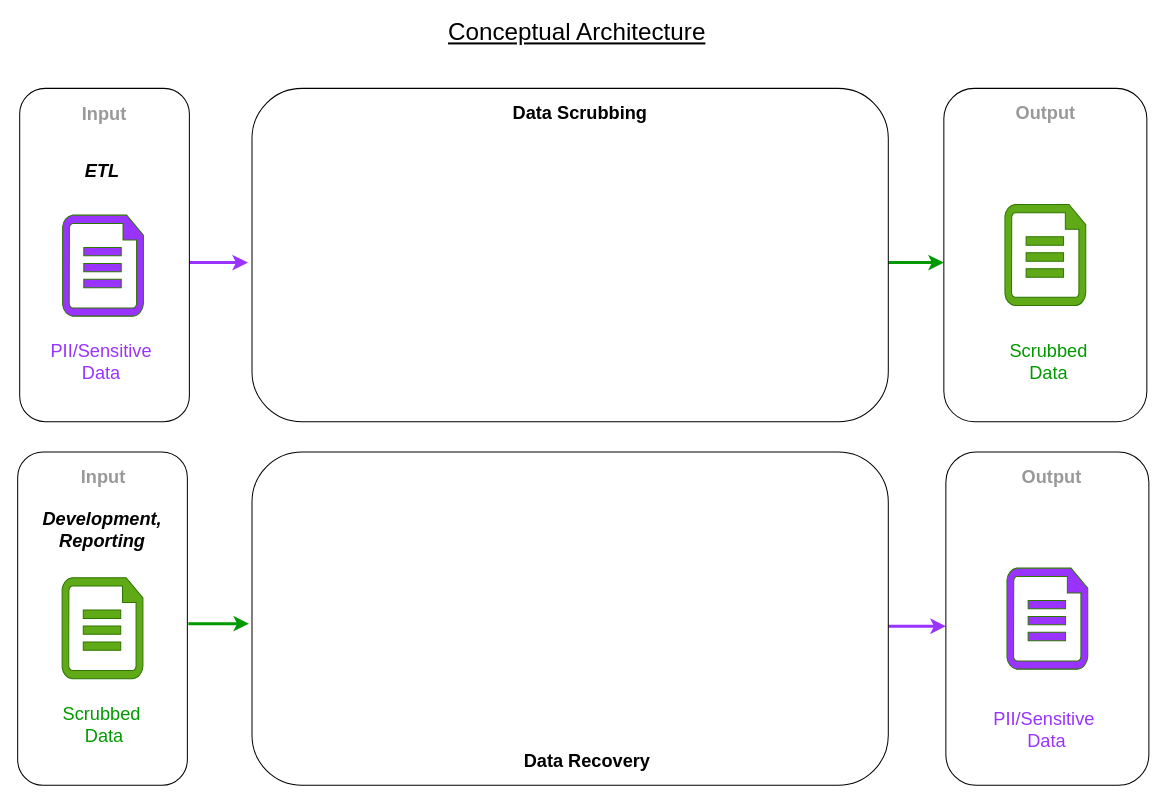
Above: page "Concept. Arch." (5 of 7) of AB2 - 2022-12-04-v1.drawio in fotoby/ab3 (draw.io), before the change. Source tidied: cells renumbered, new cells numbered last; positions are measured from the earlier drawing's top-left corner, leaving out a move shared by most shapes. Both pictures are drawn from the tidied source at 101%, with x=0, y=0 at pixel (17, 17).
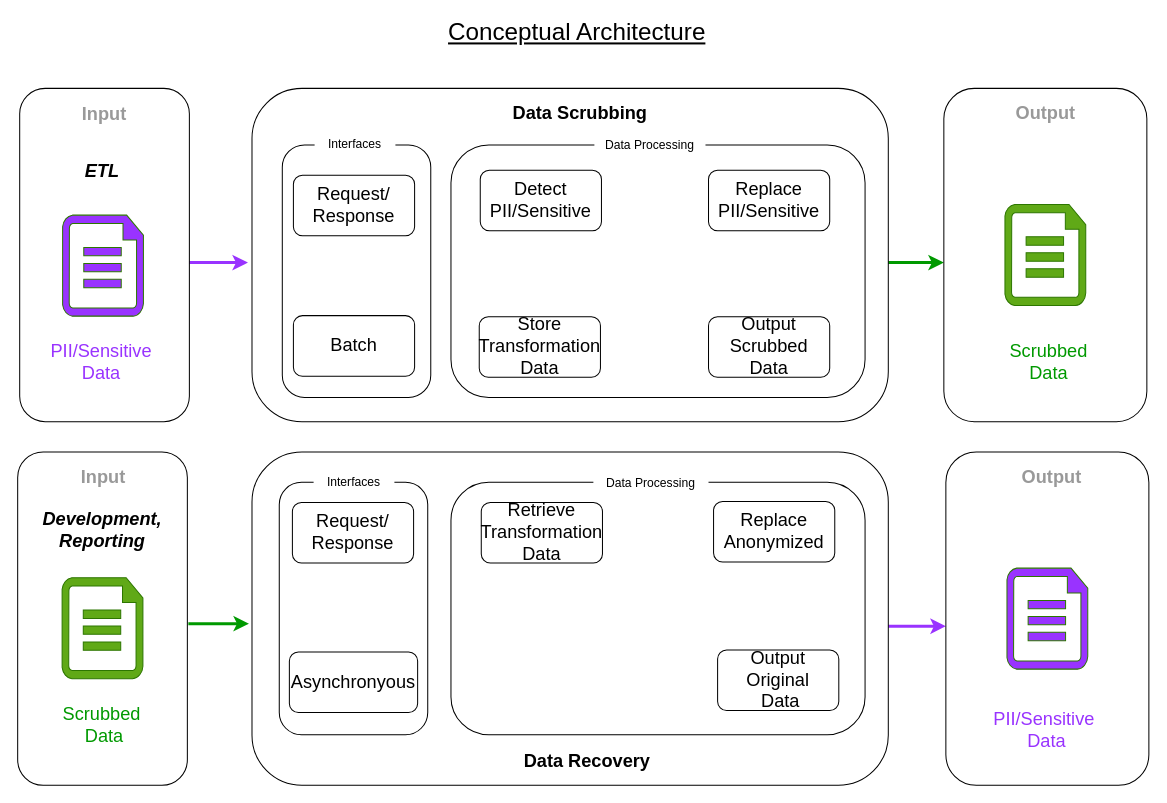
The same diagram, later.

The change refers to these unchanged cells:
```xml
<mxCell id="6" style="rounded=1;whiteSpace=wrap;html=1;shadow=0;labelBorderColor=none;strokeColor=default;fontSize=18;fontColor=#000000;" parent="1" vertex="1">
  <mxGeometry x="917" y="70" width="201" height="330" as="geometry" />
</mxCell>
```

Diff of the diagram source:
```diff
@@
+    <mxCell id="31" parent="0" />
+    <mxCell id="32" style="rounded=1;whiteSpace=wrap;html=1;shadow=0;labelBorderColor=none;strokeColor=default;fontSize=18;fontColor=#000000;" parent="31" vertex="1">
+      <mxGeometry x="429" y="460" width="410" height="250" as="geometry" />
+    </mxCell>
+    <mxCell id="33" style="rounded=1;whiteSpace=wrap;html=1;shadow=0;labelBorderColor=none;strokeColor=default;fontSize=18;fontColor=#000000;" parent="31" vertex="1">
+      <mxGeometry x="259" y="460" width="147" height="250" as="geometry" />
+    </mxCell>
+    <mxCell id="34" value="Replace Anonymized" style="rounded=1;whiteSpace=wrap;html=1;shadow=0;labelBorderColor=none;strokeColor=default;fontSize=18;fontColor=#000000;" parent="31" vertex="1">
+      <mxGeometry x="689" y="479" width="120" height="60" as="geometry" />
+    </mxCell>
+    <mxCell id="35" value="Output Original&lt;br&gt;&amp;nbsp;Data" style="rounded=1;whiteSpace=wrap;html=1;shadow=0;labelBorderColor=none;strokeColor=default;fontSize=18;fontColor=#000000;" parent="31" vertex="1">
+      <mxGeometry x="693" y="626" width="120" height="60" as="geometry" />
+    </mxCell>
+    <mxCell id="36" value="Retrieve Transformation&lt;br&gt;Data" style="rounded=1;whiteSpace=wrap;html=1;shadow=0;labelBorderColor=none;strokeColor=default;fontSize=18;fontColor=#000000;" parent="31" vertex="1">
+      <mxGeometry x="459" y="480" width="120" height="60" as="geometry" />
+    </mxCell>
+    <mxCell id="37" value="Asynchronyous" style="rounded=1;whiteSpace=wrap;html=1;shadow=0;labelBorderColor=none;strokeColor=default;fontSize=18;fontColor=#000000;" parent="31" vertex="1">
+      <mxGeometry x="269" y="628" width="127" height="60" as="geometry" />
+    </mxCell>
+    <mxCell id="38" value="Request/ Response" style="rounded=1;whiteSpace=wrap;html=1;shadow=0;labelBorderColor=none;strokeColor=default;fontSize=18;fontColor=#000000;" parent="31" vertex="1">
+      <mxGeometry x="272" y="480" width="120" height="60" as="geometry" />
+    </mxCell>
+    <mxCell id="39" value="Interfaces" style="text;html=1;align=center;verticalAlign=middle;whiteSpace=wrap;rounded=1;fillColor=#FFFFFF;strokeColor=none;gradientColor=#FFFFFF;" parent="31" vertex="1">
+      <mxGeometry x="293" y="445" width="80" height="30" as="geometry" />
+    </mxCell>
+    <mxCell id="40" value="Data Processing" style="text;html=1;align=center;verticalAlign=middle;whiteSpace=wrap;rounded=1;fillColor=#FFFFFF;strokeColor=none;gradientColor=#FFFFFF;" parent="31" vertex="1">
+      <mxGeometry x="570" y="446" width="114" height="30" as="geometry" />
+    </mxCell>
+    <mxCell id="41" parent="0" />
+    <mxCell id="42" style="group;" parent="41" vertex="1">
+      <mxGeometry x="262" y="111" width="147" height="265" as="geometry" />
+    </mxCell>
+    <mxCell id="43" style="rounded=1;whiteSpace=wrap;html=1;shadow=0;labelBorderColor=none;strokeColor=default;fontSize=18;fontColor=#000000;" parent="42" vertex="1">
+      <mxGeometry y="15" width="147" height="250" as="geometry" />
+    </mxCell>
+    <mxCell id="44" value="Request/&lt;br&gt;Response" style="rounded=1;whiteSpace=wrap;html=1;shadow=0;labelBorderColor=none;strokeColor=default;fontSize=18;fontColor=#000000;" parent="42" vertex="1">
+      <mxGeometry x="11" y="45" width="120" height="60" as="geometry" />
+    </mxCell>
+    <mxCell id="45" value="Batch" style="rounded=1;whiteSpace=wrap;html=1;shadow=0;labelBorderColor=none;strokeColor=default;fontSize=18;fontColor=#000000;" parent="42" vertex="1">
+      <mxGeometry x="11" y="184" width="120" height="60" as="geometry" />
+    </mxCell>
+    <mxCell id="46" value="Interfaces" style="text;html=1;align=center;verticalAlign=middle;whiteSpace=wrap;rounded=1;fillColor=#FFFFFF;strokeColor=none;gradientColor=#FFFFFF;" parent="42" vertex="1">
+      <mxGeometry x="32" width="80" height="30" as="geometry" />
+    </mxCell>
+    <mxCell id="47" style="group;" parent="41" vertex="1">
+      <mxGeometry x="429" y="112" width="410" height="264" as="geometry" />
+    </mxCell>
+    <mxCell id="48" style="rounded=1;whiteSpace=wrap;html=1;shadow=0;labelBorderColor=none;strokeColor=default;fontSize=18;fontColor=#000000;" parent="47" vertex="1">
+      <mxGeometry y="14" width="410" height="250" as="geometry" />
+    </mxCell>
+    <mxCell id="49" value="Detect PII/Sensitive" style="rounded=1;whiteSpace=wrap;html=1;shadow=0;labelBorderColor=none;strokeColor=default;fontSize=18;fontColor=#000000;" parent="47" vertex="1">
+      <mxGeometry x="29" y="39" width="120" height="60" as="geometry" />
+    </mxCell>
+    <mxCell id="50" value="Replace PII/Sensitive" style="rounded=1;whiteSpace=wrap;html=1;shadow=0;labelBorderColor=none;strokeColor=default;fontSize=18;fontColor=#000000;" parent="47" vertex="1">
+      <mxGeometry x="255" y="39" width="120" height="60" as="geometry" />
+    </mxCell>
+    <mxCell id="51" value="Store Transformation&lt;br&gt;Data" style="rounded=1;whiteSpace=wrap;html=1;shadow=0;labelBorderColor=none;strokeColor=default;fontSize=18;fontColor=#000000;" parent="47" vertex="1">
+      <mxGeometry x="28" y="184" width="120" height="60" as="geometry" />
+    </mxCell>
+    <mxCell id="52" value="Output&lt;br&gt;Scrubbed Data" style="rounded=1;whiteSpace=wrap;html=1;shadow=0;labelBorderColor=none;strokeColor=default;fontSize=18;fontColor=#000000;" parent="47" vertex="1">
+      <mxGeometry x="255" y="184" width="120" height="60" as="geometry" />
+    </mxCell>
+    <mxCell id="53" value="Data Processing" style="text;html=1;align=center;verticalAlign=middle;whiteSpace=wrap;rounded=1;fillColor=#FFFFFF;strokeColor=none;gradientColor=#FFFFFF;" parent="47" vertex="1">
+      <mxGeometry x="142" width="110" height="30" as="geometry" />
+    </mxCell>
+    <mxCell id="54" style="edgeStyle=orthogonalEdgeStyle;rounded=0;orthogonalLoop=1;jettySize=auto;html=1;exitX=0.5;exitY=1;exitDx=0;exitDy=0;" parent="41" edge="1" source="6" target="6">
+      <mxGeometry relative="1" as="geometry" />
+    </mxCell>
```
